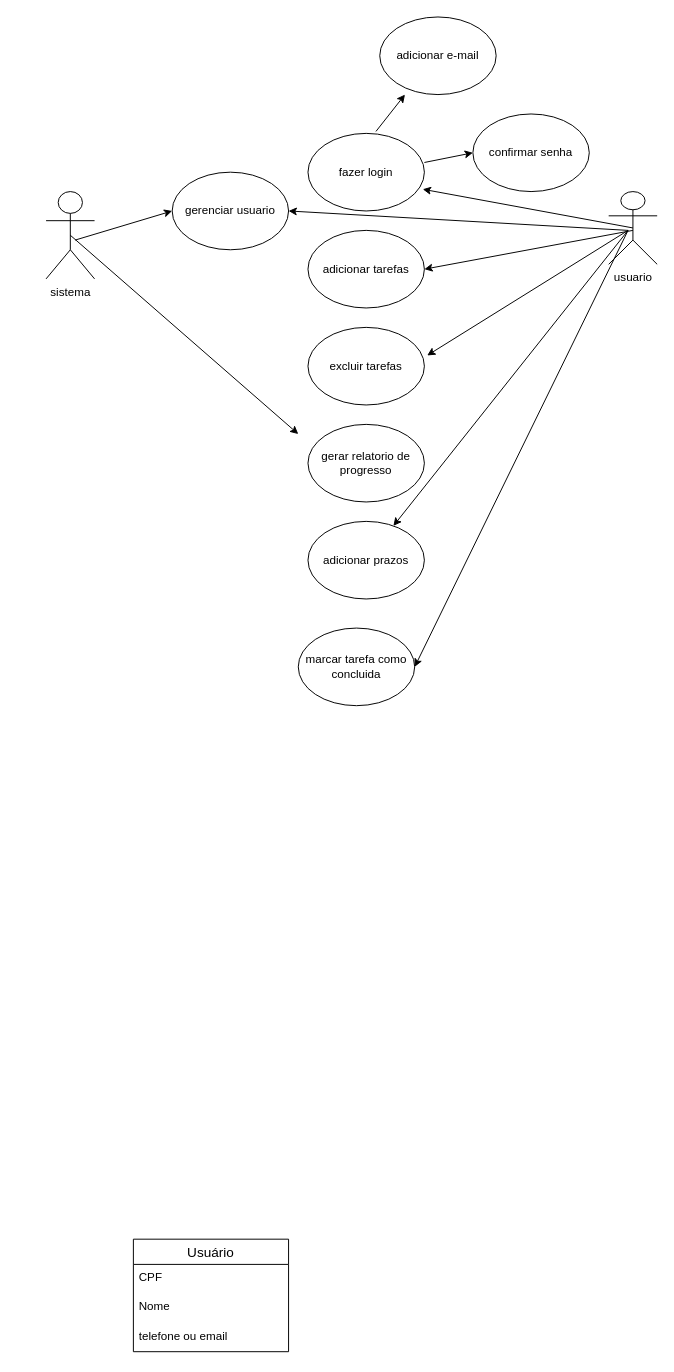
AnaBeatriz191/diagramasderequisitos keeps this draw.io diagram as page "Página-1" (1 of 2) of Diagrama sem nome.drawio. Above is the earlier version. Source tidied: cells renumbered, new cells numbered last; positions are measured from the earlier drawing's top-left corner, leaving out a move shared by most shapes. Both pictures are drawn from the tidied source at 97%, with x=0, y=0 at pixel (46, 16).
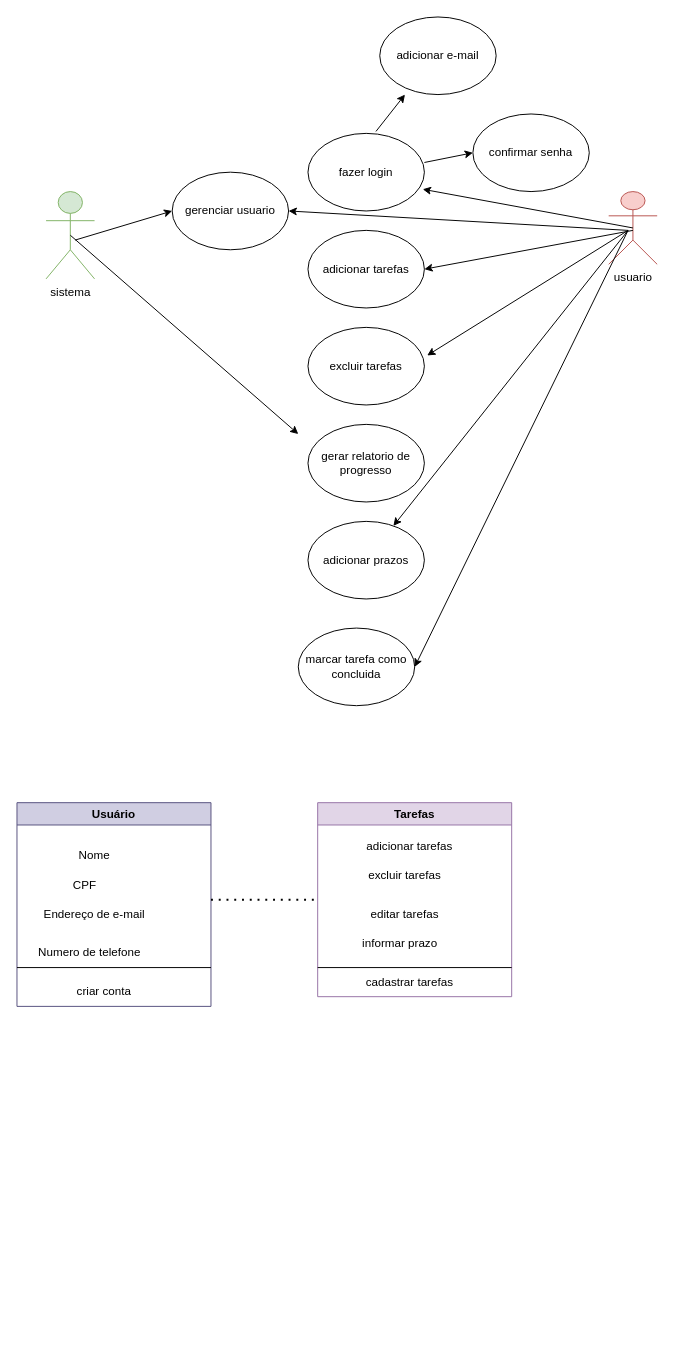
Above is the later version.

Diff of the diagram source:
```diff
@@
-    <mxCell id="2" value="sistema" style="shape=umlActor;verticalLabelPosition=bottom;verticalAlign=top;html=1;outlineConnect=0;" parent="1" vertex="1">
+    <mxCell id="2" value="sistema" style="shape=umlActor;verticalLabelPosition=bottom;verticalAlign=top;html=1;outlineConnect=0;fillColor=#d5e8d4;strokeColor=#82b366;" parent="1" vertex="1">
       <mxGeometry y="180" width="50" height="90" as="geometry" />
     </mxCell>
-    <mxCell id="3" value="usuario" style="shape=umlActor;verticalLabelPosition=bottom;verticalAlign=top;html=1;outlineConnect=0;" parent="1" vertex="1">
+    <mxCell id="3" value="usuario" style="shape=umlActor;verticalLabelPosition=bottom;verticalAlign=top;html=1;outlineConnect=0;fillColor=#f8cecc;strokeColor=#b85450;" parent="1" vertex="1">
       <mxGeometry x="580" y="180" width="50" height="75" as="geometry" />
     </mxCell>
@@
-    <mxCell id="23" value="Usuário" style="swimlane;fontStyle=0;horizontal=1;startSize=26;align=center;fontSize=14;" parent="1" vertex="1">
-      <mxGeometry x="90" y="1260" width="160" height="116" as="geometry" />
+    <mxCell id="23" value="Usuário" style="swimlane;whiteSpace=wrap;html=1;fillColor=#d0cee2;strokeColor=#56517e;" parent="1" vertex="1">
+      <mxGeometry x="-30" y="810" width="200" height="210" as="geometry" />
     </mxCell>
+    <mxCell id="27" value="criar conta" style="text;html=1;align=center;verticalAlign=middle;whiteSpace=wrap;rounded=0;" parent="23" vertex="1">
+      <mxGeometry x="60" y="170" width="60" height="50" as="geometry" />
+    </mxCell>
+    <mxCell id="28" style="endArrow=none;html=1;rounded=0;" parent="23" edge="1">
+      <mxGeometry relative="1" as="geometry">
+        <mxPoint y="170" as="sourcePoint" />
+        <mxPoint x="200" y="170" as="targetPoint" />
+      </mxGeometry>
+    </mxCell>
+    <mxCell id="25" value="Nome" style="text;html=1;align=center;verticalAlign=middle;whiteSpace=wrap;rounded=0;" parent="23" vertex="1">
+      <mxGeometry x="50" y="40" width="60" height="30" as="geometry" />
+    </mxCell>
-    <mxCell id="24" value="CPF" style="text;strokeColor=none;fillColor=none;spacingLeft=4;spacingRight=4;overflow=hidden;fontSize=12;whiteSpace=wrap;html=1;" parent="23" vertex="1">
-      <mxGeometry y="26" width="160" height="30" as="geometry" />
+    <mxCell id="24" value="CPF" style="text;html=1;align=center;verticalAlign=middle;whiteSpace=wrap;rounded=0;" parent="23" vertex="1">
+      <mxGeometry x="40" y="70" width="60" height="30" as="geometry" />
     </mxCell>
-    <mxCell id="25" value="Nome" style="text;strokeColor=none;fillColor=none;spacingLeft=4;spacingRight=4;overflow=hidden;fontSize=12;whiteSpace=wrap;html=1;" parent="23" vertex="1">
-      <mxGeometry y="56" width="160" height="30" as="geometry" />
-    </mxCell>
-    <mxCell id="26" value="telefone ou email&lt;br&gt;&amp;nbsp; &amp;nbsp;&lt;div&gt;&lt;br/&gt;&lt;/div&gt;" style="text;strokeColor=none;fillColor=none;spacingLeft=4;spacingRight=4;overflow=hidden;fontSize=12;whiteSpace=wrap;html=1;" parent="23" vertex="1">
-      <mxGeometry y="86" width="160" height="30" as="geometry" />
-    </mxCell>
+    <mxCell id="29" value="Endereço de e-mail" style="text;html=1;align=center;verticalAlign=middle;whiteSpace=wrap;rounded=0;" parent="23" vertex="1">
+      <mxGeometry x="20" y="100" width="120" height="30" as="geometry" />
+    </mxCell>
+    <mxCell id="30" value="Numero de telefone" style="text;html=1;align=center;verticalAlign=middle;whiteSpace=wrap;rounded=0;" parent="23" vertex="1">
+      <mxGeometry x="10" y="140" width="130" height="30" as="geometry" />
+    </mxCell>
+    <mxCell id="31" style="endArrow=none;dashed=1;html=1;dashPattern=1 3;strokeWidth=2;rounded=0;" parent="1" edge="1" target="32">
+      <mxGeometry relative="1" as="geometry">
+        <mxPoint x="170" y="910" as="sourcePoint" />
+      </mxGeometry>
+    </mxCell>
+    <mxCell id="32" value="Tarefas" style="swimlane;whiteSpace=wrap;html=1;fillColor=#e1d5e7;strokeColor=#9673a6;" parent="1" vertex="1">
+      <mxGeometry x="280" y="810" width="200" height="200" as="geometry" />
+    </mxCell>
+    <mxCell id="33" style="endArrow=none;html=1;rounded=0;" parent="32" edge="1">
+      <mxGeometry relative="1" as="geometry">
+        <mxPoint y="170" as="sourcePoint" />
+        <mxPoint x="200" y="170" as="targetPoint" />
+      </mxGeometry>
+    </mxCell>
+    <mxCell id="34" value="adicionar tarefas" style="text;html=1;align=center;verticalAlign=middle;whiteSpace=wrap;rounded=0;" parent="32" vertex="1">
+      <mxGeometry x="40" y="30" width="110" height="30" as="geometry" />
+    </mxCell>
+    <mxCell id="35" value="excluir tarefas" style="text;html=1;align=center;verticalAlign=middle;whiteSpace=wrap;rounded=0;" parent="32" vertex="1">
+      <mxGeometry x="35" y="60" width="110" height="30" as="geometry" />
+    </mxCell>
+    <mxCell id="36" value="editar tarefas" style="text;html=1;align=center;verticalAlign=middle;whiteSpace=wrap;rounded=0;" parent="32" vertex="1">
+      <mxGeometry x="35" y="100" width="110" height="30" as="geometry" />
+    </mxCell>
+    <mxCell id="37" value="informar prazo" style="text;html=1;align=center;verticalAlign=middle;whiteSpace=wrap;rounded=0;" parent="32" vertex="1">
+      <mxGeometry x="35" y="130" width="100" height="30" as="geometry" />
+    </mxCell>
+    <mxCell id="38" value="cadastrar tarefas" style="text;html=1;align=center;verticalAlign=middle;whiteSpace=wrap;rounded=0;" parent="32" vertex="1">
+      <mxGeometry x="40" y="170" width="110" height="30" as="geometry" />
+    </mxCell>
```
